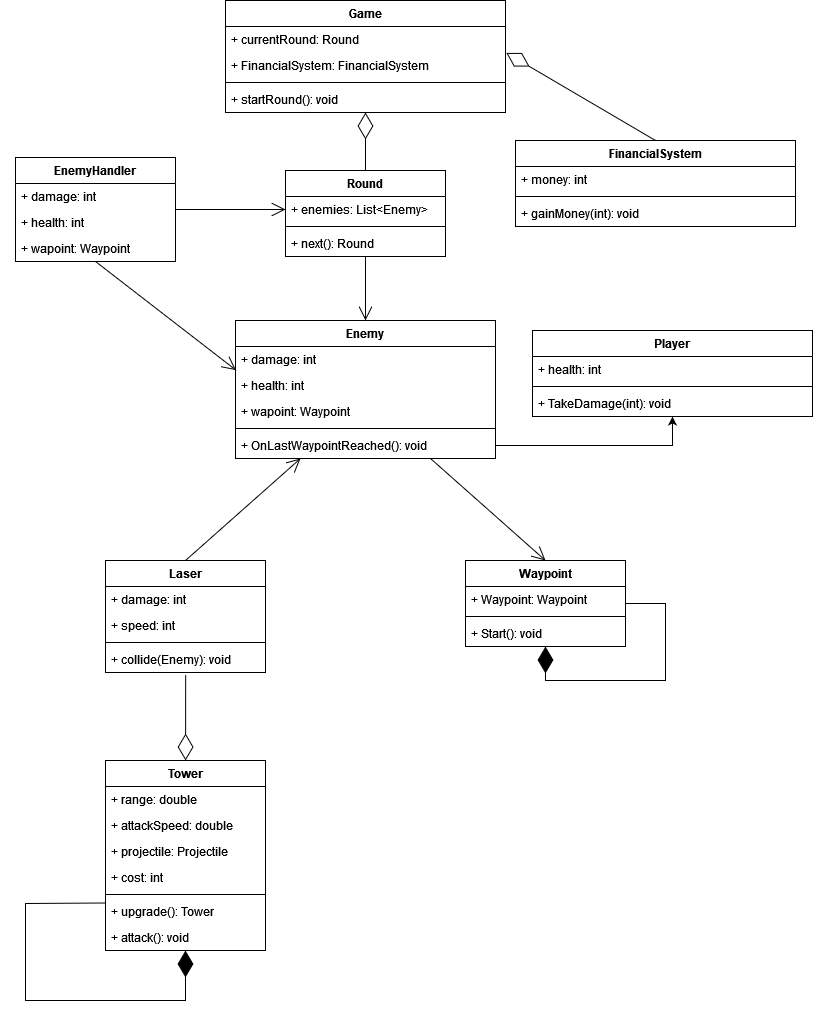
The draw.io diagram Projektmanagement/Diagrams/UML Diagram.png in Freaky2164/TowerDefense, before a commit. Source tidied: cells renumbered, new cells last; positions are measured from the earlier drawing's top-left corner, leaving out a move shared by most shapes.
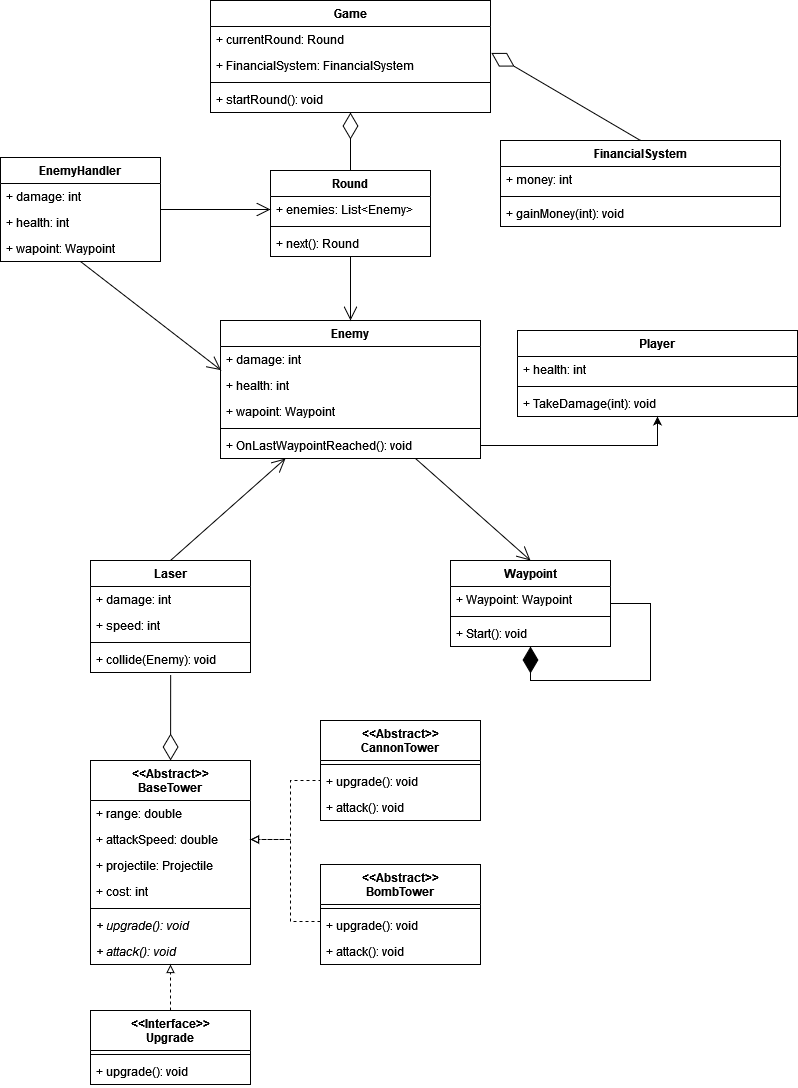
After the commit.

The edit, as a diff of the source:
```diff
@@ -2,39 +2,30 @@
   <root>
     <mxCell id="0" />
     <mxCell id="1" parent="0" />
-    <mxCell id="2" value="Tower" style="swimlane;fontStyle=1;align=center;verticalAlign=top;horizontal=1;startSize=26;" parent="1" vertex="1">
-      <mxGeometry x="90" y="760" width="160" height="190" as="geometry" />
+    <mxCell id="2" value="&lt;&lt;Abstract&gt;&gt;&#10;BaseTower" style="swimlane;fontStyle=1;align=center;verticalAlign=top;horizontal=1;startSize=40;" parent="1" vertex="1">
+      <mxGeometry x="90" y="760" width="160" height="204" as="geometry" />
     </mxCell>
     <mxCell id="3" value="+ range: double" style="text;strokeColor=none;fillColor=none;align=left;verticalAlign=top;spacingLeft=4;spacingRight=4;overflow=hidden;" parent="2" vertex="1">
-      <mxGeometry y="26" width="160" height="26" as="geometry" />
+      <mxGeometry y="40" width="160" height="26" as="geometry" />
     </mxCell>
     <mxCell id="4" value="+ attackSpeed: double" style="text;strokeColor=none;fillColor=none;align=left;verticalAlign=top;spacingLeft=4;spacingRight=4;overflow=hidden;points=[[0,0.5],[1,0.5]];portConstraint=eastwest;" parent="2" vertex="1">
-      <mxGeometry y="52" width="160" height="26" as="geometry" />
+      <mxGeometry y="66" width="160" height="26" as="geometry" />
     </mxCell>
     <mxCell id="5" value="+ projectile: Projectile" style="text;strokeColor=none;fillColor=none;align=left;verticalAlign=top;spacingLeft=4;spacingRight=4;overflow=hidden;" parent="2" vertex="1">
-      <mxGeometry y="78" width="160" height="26" as="geometry" />
+      <mxGeometry y="92" width="160" height="26" as="geometry" />
     </mxCell>
     <mxCell id="6" value="+ cost: int" style="text;strokeColor=none;fillColor=none;align=left;verticalAlign=top;spacingLeft=4;spacingRight=4;overflow=hidden;" parent="2" vertex="1">
-      <mxGeometry y="104" width="160" height="26" as="geometry" />
+      <mxGeometry y="118" width="160" height="26" as="geometry" />
     </mxCell>
     <mxCell id="7" style="line;strokeWidth=1;fillColor=none;align=left;verticalAlign=middle;spacingTop=-1;spacingLeft=3;spacingRight=3;labelPosition=right;strokeColor=inherit;" parent="2" vertex="1">
-      <mxGeometry y="130" width="160" height="8" as="geometry" />
+      <mxGeometry y="144" width="160" height="8" as="geometry" />
     </mxCell>
-    <mxCell id="8" value="+ upgrade(): Tower" style="text;strokeColor=none;fillColor=none;align=left;verticalAlign=top;spacingLeft=4;spacingRight=4;overflow=hidden;" parent="2" vertex="1">
-      <mxGeometry y="138" width="160" height="26" as="geometry" />
+    <mxCell id="8" value="+ upgrade(): void" style="text;strokeColor=none;fillColor=none;align=left;verticalAlign=top;spacingLeft=4;spacingRight=4;overflow=hidden;fontStyle=2;" parent="2" vertex="1">
+      <mxGeometry y="152" width="160" height="26" as="geometry" />
     </mxCell>
-    <mxCell id="9" value="+ attack(): void" style="text;strokeColor=none;fillColor=none;align=left;verticalAlign=top;spacingLeft=4;spacingRight=4;overflow=hidden;points=[[0,0.5],[1,0.5]];portConstraint=eastwest;" parent="2" vertex="1">
-      <mxGeometry y="164" width="160" height="26" as="geometry" />
+    <mxCell id="9" value="+ attack(): void" style="text;strokeColor=none;fillColor=none;align=left;verticalAlign=top;spacingLeft=4;spacingRight=4;overflow=hidden;points=[[0,0.5],[1,0.5]];portConstraint=eastwest;fontStyle=2;" parent="2" vertex="1">
+      <mxGeometry y="178" width="160" height="26" as="geometry" />
     </mxCell>
-    <mxCell id="10" style="endArrow=diamondThin;endFill=1;endSize=24;html=1;rounded=0;strokeWidth=1;exitX=0;exitY=0.75;exitDx=0;exitDy=0;" parent="2" edge="1" source="2" target="9">
-      <mxGeometry relative="1" as="geometry">
-        <Array as="points">
-          <mxPoint x="-80" y="143" />
-          <mxPoint x="-80" y="240" />
-          <mxPoint x="80" y="240" />
-        </Array>
-      </mxGeometry>
-    </mxCell>
     <mxCell id="11" value="Laser" style="swimlane;fontStyle=1;align=center;verticalAlign=top;horizontal=1;startSize=26;" parent="1" vertex="1">
       <mxGeometry x="90" y="560" width="160" height="112" as="geometry" />
     </mxCell>
@@ -180,5 +171,58 @@
     <mxCell id="56" style="edgeStyle=orthogonalEdgeStyle;rounded=0;jettySize=auto;html=1;entryX=0.5;entryY=1;entryDx=0;entryDy=0;" parent="1" edge="1" source="21" target="45">
       <mxGeometry relative="1" as="geometry" />
     </mxCell>
+    <mxCell id="57" value="&lt;&lt;Abstract&gt;&gt;&#10;CannonTower" style="swimlane;fontStyle=1;align=center;verticalAlign=top;horizontal=1;startSize=40;" parent="1" vertex="1">
+      <mxGeometry x="320" y="720" width="160" height="100" as="geometry" />
+    </mxCell>
+    <mxCell id="58" style="line;strokeWidth=1;fillColor=none;align=left;verticalAlign=middle;spacingTop=-1;spacingLeft=3;spacingRight=3;labelPosition=right;strokeColor=inherit;" parent="57" vertex="1">
+      <mxGeometry y="40" width="160" height="8" as="geometry" />
+    </mxCell>
+    <mxCell id="59" value="+ upgrade(): void" style="text;strokeColor=none;fillColor=none;align=left;verticalAlign=top;spacingLeft=4;spacingRight=4;overflow=hidden;points=[[0,0.5],[1,0.5]];portConstraint=eastwest;" parent="57" vertex="1">
+      <mxGeometry y="48" width="160" height="26" as="geometry" />
+    </mxCell>
+    <mxCell id="60" value="+ attack(): void" style="text;strokeColor=none;fillColor=none;align=left;verticalAlign=top;spacingLeft=4;spacingRight=4;overflow=hidden;" parent="57" vertex="1">
+      <mxGeometry y="74" width="160" height="26" as="geometry" />
+    </mxCell>
+    <mxCell id="61" value="&lt;&lt;Abstract&gt;&gt;&#10;BombTower" style="swimlane;fontStyle=1;align=center;verticalAlign=top;horizontal=1;startSize=40;" parent="1" vertex="1">
+      <mxGeometry x="320" y="864" width="160" height="100" as="geometry" />
+    </mxCell>
+    <mxCell id="62" style="line;strokeWidth=1;fillColor=none;align=left;verticalAlign=middle;spacingTop=-1;spacingLeft=3;spacingRight=3;labelPosition=right;strokeColor=inherit;" parent="61" vertex="1">
+      <mxGeometry y="40" width="160" height="8" as="geometry" />
+    </mxCell>
+    <mxCell id="63" value="+ upgrade(): void" style="text;strokeColor=none;fillColor=none;align=left;verticalAlign=top;spacingLeft=4;spacingRight=4;overflow=hidden;points=[[0,0.5],[1,0.5]];portConstraint=eastwest;" parent="61" vertex="1">
+      <mxGeometry y="48" width="160" height="26" as="geometry" />
+    </mxCell>
+    <mxCell id="64" value="+ attack(): void" style="text;strokeColor=none;fillColor=none;align=left;verticalAlign=top;spacingLeft=4;spacingRight=4;overflow=hidden;" parent="61" vertex="1">
+      <mxGeometry y="74" width="160" height="26" as="geometry" />
+    </mxCell>
+    <mxCell id="65" style="edgeStyle=orthogonalEdgeStyle;rounded=0;jettySize=auto;html=1;entryX=1;entryY=0.5;entryDx=0;entryDy=0;dashed=1;endArrow=block;endFill=0;exitX=0;exitY=0.5;exitDx=0;exitDy=0;" parent="1" edge="1" source="59" target="4">
+      <mxGeometry relative="1" as="geometry">
+        <Array as="points">
+          <mxPoint x="320" y="780" />
+          <mxPoint x="290" y="780" />
+          <mxPoint x="290" y="839" />
+        </Array>
+      </mxGeometry>
+    </mxCell>
+    <mxCell id="66" style="edgeStyle=orthogonalEdgeStyle;rounded=0;jettySize=auto;html=1;entryX=1;entryY=0.5;entryDx=0;entryDy=0;dashed=1;endArrow=block;endFill=0;" parent="1" edge="1" source="63" target="4">
+      <mxGeometry relative="1" as="geometry">
+        <Array as="points">
+          <mxPoint x="290" y="921" />
+          <mxPoint x="290" y="839" />
+        </Array>
+      </mxGeometry>
+    </mxCell>
+    <mxCell id="67" style="edgeStyle=orthogonalEdgeStyle;rounded=0;jettySize=auto;html=1;entryX=0.5;entryY=1;entryDx=0;entryDy=0;dashed=1;endArrow=block;endFill=0;" parent="1" edge="1" source="68" target="2">
+      <mxGeometry relative="1" as="geometry" />
+    </mxCell>
+    <mxCell id="68" value="&lt;&lt;Interface&gt;&gt;&#10;Upgrade&#10;" style="swimlane;fontStyle=1;align=center;verticalAlign=top;horizontal=1;startSize=40;" parent="1" vertex="1">
+      <mxGeometry x="90" y="1010" width="160" height="74" as="geometry" />
+    </mxCell>
+    <mxCell id="69" style="line;strokeWidth=1;fillColor=none;align=left;verticalAlign=middle;spacingTop=-1;spacingLeft=3;spacingRight=3;labelPosition=right;strokeColor=inherit;" parent="68" vertex="1">
+      <mxGeometry y="40" width="160" height="8" as="geometry" />
+    </mxCell>
+    <mxCell id="70" value="+ upgrade(): void" style="text;strokeColor=none;fillColor=none;align=left;verticalAlign=top;spacingLeft=4;spacingRight=4;overflow=hidden;" parent="68" vertex="1">
+      <mxGeometry y="48" width="160" height="26" as="geometry" />
+    </mxCell>
   </root>
 </mxGraphModel>
```
